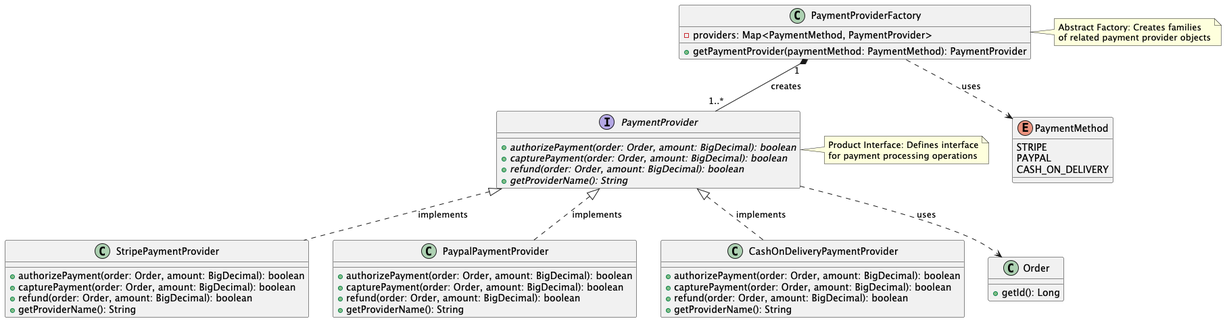
Above: diagrams/abstract_factory.png in bogdan-404/PSS (PlantUML), before the change. Its diagram source:
```plantuml
@startuml Abstract Factory Pattern - Payment Provider Factory

class PaymentProviderFactory {
    - providers: Map<PaymentMethod, PaymentProvider>
    + getPaymentProvider(paymentMethod: PaymentMethod): PaymentProvider
}

interface PaymentProvider {
    + {abstract} authorizePayment(order: Order, amount: BigDecimal): boolean
    + {abstract} capturePayment(order: Order, amount: BigDecimal): boolean
    + {abstract} refund(order: Order, amount: BigDecimal): boolean
    + {abstract} getProviderName(): String
}

class StripePaymentProvider {
    + authorizePayment(order: Order, amount: BigDecimal): boolean
    + capturePayment(order: Order, amount: BigDecimal): boolean
    + refund(order: Order, amount: BigDecimal): boolean
    + getProviderName(): String
}

class PaypalPaymentProvider {
    + authorizePayment(order: Order, amount: BigDecimal): boolean
    + capturePayment(order: Order, amount: BigDecimal): boolean
    + refund(order: Order, amount: BigDecimal): boolean
    + getProviderName(): String
}

class CashOnDeliveryPaymentProvider {
    + authorizePayment(order: Order, amount: BigDecimal): boolean
    + capturePayment(order: Order, amount: BigDecimal): boolean
    + refund(order: Order, amount: BigDecimal): boolean
    + getProviderName(): String
}

enum PaymentMethod {
    STRIPE
    PAYPAL
    CASH_ON_DELIVERY
}

class Order {
    + getId(): Long
}

PaymentProviderFactory "1" *-- "1..*" PaymentProvider : creates
PaymentProvider <|.. StripePaymentProvider : implements
PaymentProvider <|.. PaypalPaymentProvider : implements
PaymentProvider <|.. CashOnDeliveryPaymentProvider : implements
PaymentProviderFactory ..> PaymentMethod : uses
PaymentProvider ..> Order : uses

note right of PaymentProviderFactory
    Abstract Factory: Creates families
    of related payment provider objects
end note

note right of PaymentProvider
    Product Interface: Defines interface
    for payment processing operations
end note

@enduml
```
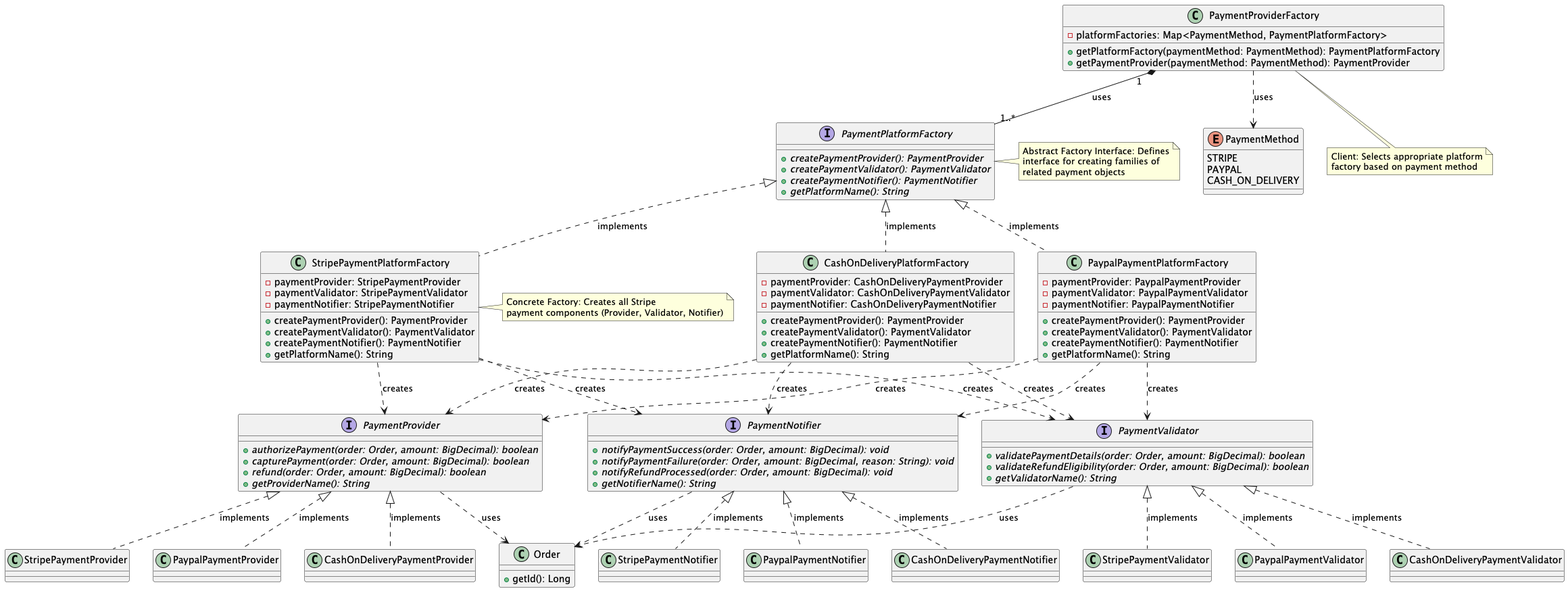
Later version of the same file.

Commit message:
add abstract factory png

The edit, as a diff of the source:
```diff
@@ -1,8 +1,40 @@
-@startuml Abstract Factory Pattern - Payment Provider Factory
+@startuml Abstract Factory Pattern - Payment Platform Factory
 
-class PaymentProviderFactory {
-    - providers: Map<PaymentMethod, PaymentProvider>
-    + getPaymentProvider(paymentMethod: PaymentMethod): PaymentProvider
+interface PaymentPlatformFactory {
+    + {abstract} createPaymentProvider(): PaymentProvider
+    + {abstract} createPaymentValidator(): PaymentValidator
+    + {abstract} createPaymentNotifier(): PaymentNotifier
+    + {abstract} getPlatformName(): String
+}
+
+class StripePaymentPlatformFactory {
+    - paymentProvider: StripePaymentProvider
+    - paymentValidator: StripePaymentValidator
+    - paymentNotifier: StripePaymentNotifier
+    + createPaymentProvider(): PaymentProvider
+    + createPaymentValidator(): PaymentValidator
+    + createPaymentNotifier(): PaymentNotifier
+    + getPlatformName(): String
+}
+
+class PaypalPaymentPlatformFactory {
+    - paymentProvider: PaypalPaymentProvider
+    - paymentValidator: PaypalPaymentValidator
+    - paymentNotifier: PaypalPaymentNotifier
+    + createPaymentProvider(): PaymentProvider
+    + createPaymentValidator(): PaymentValidator
+    + createPaymentNotifier(): PaymentNotifier
+    + getPlatformName(): String
+}
+
+class CashOnDeliveryPlatformFactory {
+    - paymentProvider: CashOnDeliveryPaymentProvider
+    - paymentValidator: CashOnDeliveryPaymentValidator
+    - paymentNotifier: CashOnDeliveryPaymentNotifier
+    + createPaymentProvider(): PaymentProvider
+    + createPaymentValidator(): PaymentValidator
+    + createPaymentNotifier(): PaymentNotifier
+    + getPlatformName(): String
 }
 
 interface PaymentProvider {
@@ -12,25 +44,33 @@
     + {abstract} getProviderName(): String
 }
 
-class StripePaymentProvider {
-    + authorizePayment(order: Order, amount: BigDecimal): boolean
-    + capturePayment(order: Order, amount: BigDecimal): boolean
-    + refund(order: Order, amount: BigDecimal): boolean
-    + getProviderName(): String
+interface PaymentValidator {
+    + {abstract} validatePaymentDetails(order: Order, amount: BigDecimal): boolean
+    + {abstract} validateRefundEligibility(order: Order, amount: BigDecimal): boolean
+    + {abstract} getValidatorName(): String
 }
 
-class PaypalPaymentProvider {
-    + authorizePayment(order: Order, amount: BigDecimal): boolean
-    + capturePayment(order: Order, amount: BigDecimal): boolean
-    + refund(order: Order, amount: BigDecimal): boolean
-    + getProviderName(): String
+interface PaymentNotifier {
+    + {abstract} notifyPaymentSuccess(order: Order, amount: BigDecimal): void
+    + {abstract} notifyPaymentFailure(order: Order, amount: BigDecimal, reason: String): void
+    + {abstract} notifyRefundProcessed(order: Order, amount: BigDecimal): void
+    + {abstract} getNotifierName(): String
 }
 
-class CashOnDeliveryPaymentProvider {
-    + authorizePayment(order: Order, amount: BigDecimal): boolean
-    + capturePayment(order: Order, amount: BigDecimal): boolean
-    + refund(order: Order, amount: BigDecimal): boolean
-    + getProviderName(): String
+class StripePaymentProvider
+class StripePaymentValidator
+class StripePaymentNotifier
+class PaypalPaymentProvider
+class PaypalPaymentValidator
+class PaypalPaymentNotifier
+class CashOnDeliveryPaymentProvider
+class CashOnDeliveryPaymentValidator
+class CashOnDeliveryPaymentNotifier
+
+class PaymentProviderFactory {
+    - platformFactories: Map<PaymentMethod, PaymentPlatformFactory>
+    + getPlatformFactory(paymentMethod: PaymentMethod): PaymentPlatformFactory
+    + getPaymentProvider(paymentMethod: PaymentMethod): PaymentProvider
 }
 
 enum PaymentMethod {
@@ -43,21 +83,54 @@
     + getId(): Long
 }
 
-PaymentProviderFactory "1" *-- "1..*" PaymentProvider : creates
+PaymentPlatformFactory <|.. StripePaymentPlatformFactory : implements
+PaymentPlatformFactory <|.. PaypalPaymentPlatformFactory : implements
+PaymentPlatformFactory <|.. CashOnDeliveryPlatformFactory : implements
+
 PaymentProvider <|.. StripePaymentProvider : implements
+PaymentValidator <|.. StripePaymentValidator : implements
+PaymentNotifier <|.. StripePaymentNotifier : implements
+
 PaymentProvider <|.. PaypalPaymentProvider : implements
+PaymentValidator <|.. PaypalPaymentValidator : implements
+PaymentNotifier <|.. PaypalPaymentNotifier : implements
+
 PaymentProvider <|.. CashOnDeliveryPaymentProvider : implements
+PaymentValidator <|.. CashOnDeliveryPaymentValidator : implements
+PaymentNotifier <|.. CashOnDeliveryPaymentNotifier : implements
+
+StripePaymentPlatformFactory ..> PaymentProvider : creates
+StripePaymentPlatformFactory ..> PaymentValidator : creates
+StripePaymentPlatformFactory ..> PaymentNotifier : creates
+
+PaypalPaymentPlatformFactory ..> PaymentProvider : creates
+PaypalPaymentPlatformFactory ..> PaymentValidator : creates
+PaypalPaymentPlatformFactory ..> PaymentNotifier : creates
+
+CashOnDeliveryPlatformFactory ..> PaymentProvider : creates
+CashOnDeliveryPlatformFactory ..> PaymentValidator : creates
+CashOnDeliveryPlatformFactory ..> PaymentNotifier : creates
+
+PaymentProviderFactory "1" *-- "1..*" PaymentPlatformFactory : uses
 PaymentProviderFactory ..> PaymentMethod : uses
 PaymentProvider ..> Order : uses
+PaymentValidator ..> Order : uses
+PaymentNotifier ..> Order : uses
 
-note right of PaymentProviderFactory
-    Abstract Factory: Creates families
-    of related payment provider objects
+note right of PaymentPlatformFactory
+    Abstract Factory Interface: Defines
+    interface for creating families of
+    related payment objects
 end note
 
-note right of PaymentProvider
-    Product Interface: Defines interface
-    for payment processing operations
+note right of StripePaymentPlatformFactory
+    Concrete Factory: Creates all Stripe
+    payment components (Provider, Validator, Notifier)
+end note
+
+note bottom of PaymentProviderFactory
+    Client: Selects appropriate platform
+    factory based on payment method
 end note
 
 @enduml
```
